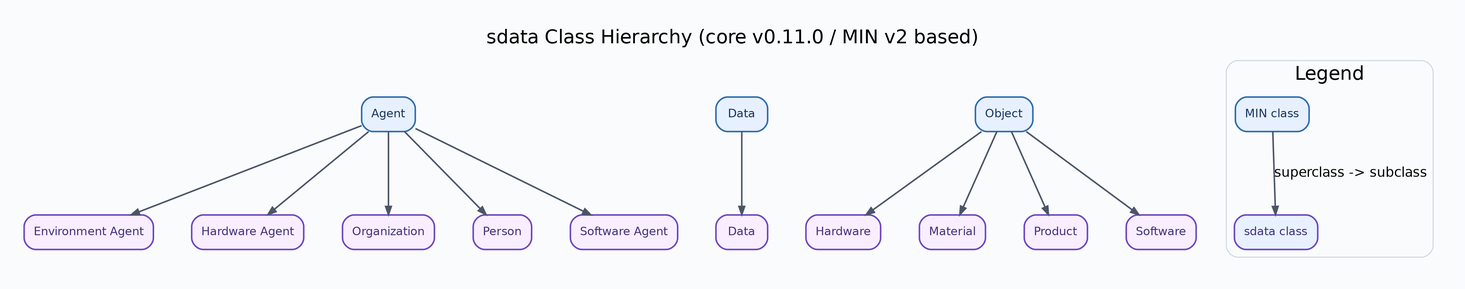
The Graphviz diagram docs/diagrams/sdata-class-hierarchy.png in lepy/sdata-ontology, before a commit. Its source is kept beside it as docs/diagrams/sdata-class-hierarchy.dot.
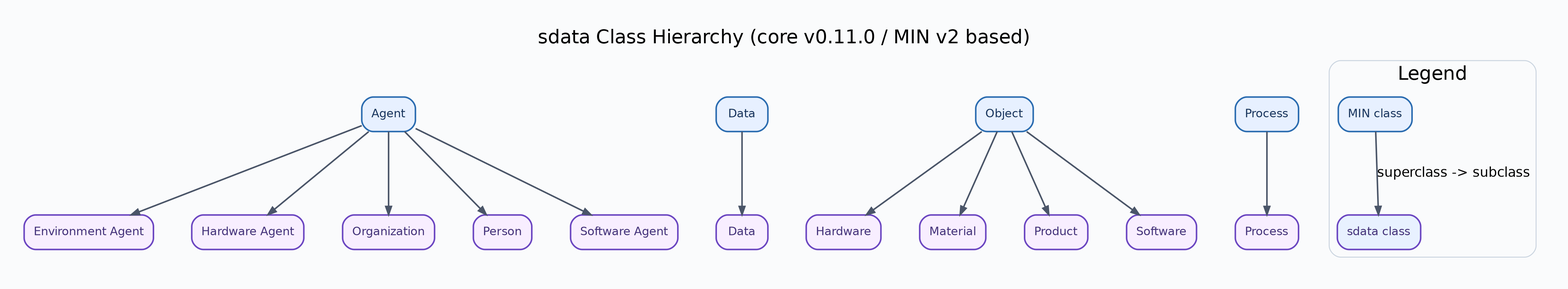
The same diagram one commit later.

The edit, as a diff of the source:
```diff
@@ -41,6 +41,10 @@
 			fillcolor="#E7F0FF",
 			fontcolor="#1A365D",
 			label=Object];
+		"https://w3id.org/min#Process"	[color="#2B6CB0",
+			fillcolor="#E7F0FF",
+			fontcolor="#1A365D",
+			label=Process];
 	}
 	subgraph cluster_legend {
 		graph [color="#CBD5E0",
@@ -107,4 +111,9 @@
 		fontcolor="#44337A",
 		label=Software];
 	"https://w3id.org/min#Object" -> "https://w3id.org/sdata/core/Software";
+	"https://w3id.org/sdata/core/Process"	[color="#6B46C1",
+		fillcolor="#F8EEFF",
+		fontcolor="#44337A",
+		label=Process];
+	"https://w3id.org/min#Process" -> "https://w3id.org/sdata/core/Process";
 }
```
